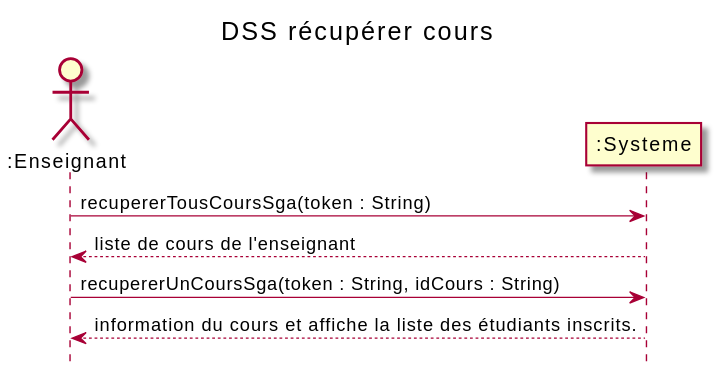
nerdz88/SGA-TS keeps this PlantUML diagram as out/docs/Récupérer cours/DSS_Récupérer_cours/DSS_Récupérer_Cours.svg. Above is the earlier version.
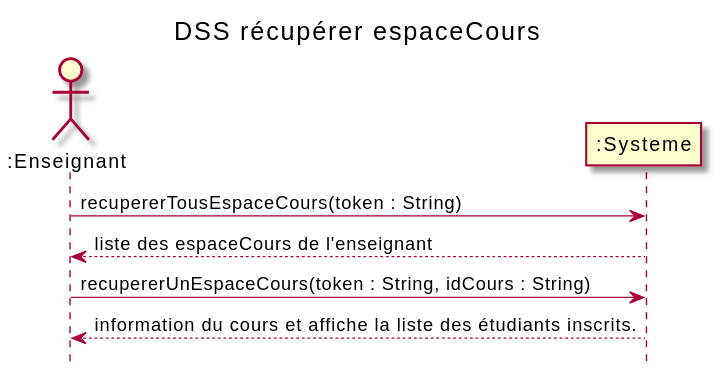
After the change.

Change to the diagram source:
```diff
@@ -1,11 +1,11 @@
 @startuml
-title DSS récupérer cours
+title DSS récupérer espaceCours
 hide footbox
 actor ":Enseignant" as professeur
 participant ":Systeme" as systeme
 
-professeur ->  systeme : recupererTousCoursSga(token : String)
-professeur <-- systeme : liste de cours de l'enseignant
-professeur -> systeme : recupererUnCoursSga(token : String, idCours : String)
+professeur ->  systeme : recupererTousEspaceCours(token : String)
+professeur <-- systeme : liste des espaceCours de l'enseignant
+professeur -> systeme : recupererUnEspaceCours(token : String, idCours : String)
 professeur <-- systeme : information du cours et affiche la liste des étudiants inscrits.
 @enduml
```
